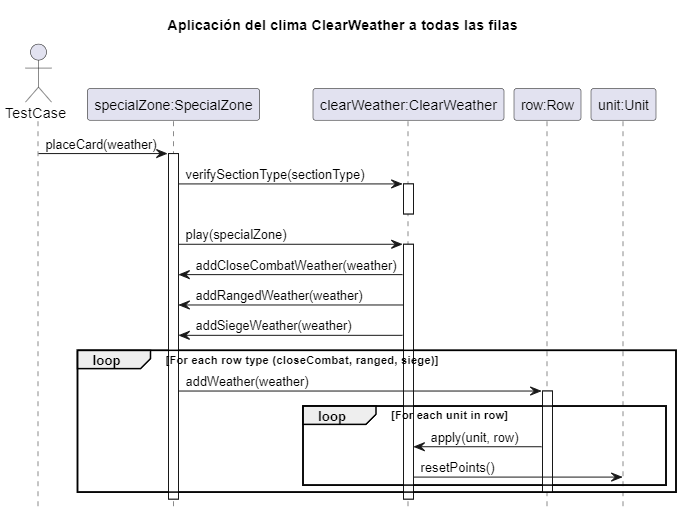
Before: diagrams/sequences/AplicarClearWeather.png, a diagram exported from PlantUML (Yonhir/algo3_proyecto_base_tp2). Its source is kept beside it as diagrams/sequences/AplicarClearWeather.plantuml.
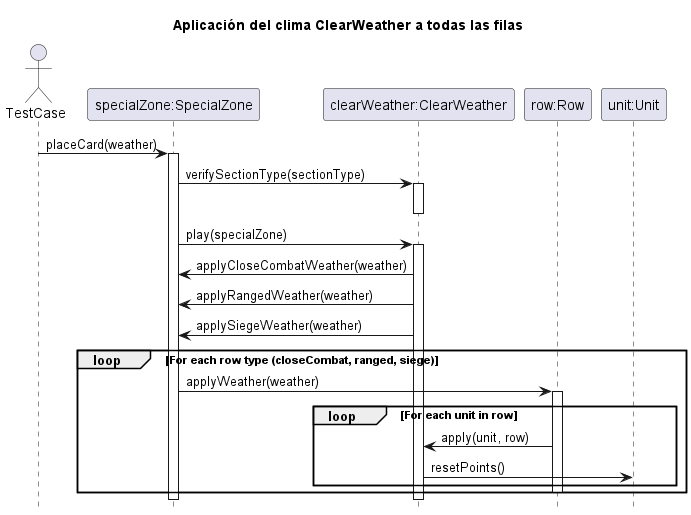
After the change.

What changed in the source:
```diff
@@ -17,11 +17,11 @@
         deactivate weather
     specialZone -> weather: play(specialZone)
         activate weather
-        weather -> specialZone: addCloseCombatWeather(weather)
-        weather -> specialZone: addRangedWeather(weather)
-        weather -> specialZone: addSiegeWeather(weather)
+        weather -> specialZone: applyCloseCombatWeather(weather)
+        weather -> specialZone: applyRangedWeather(weather)
+        weather -> specialZone: applySiegeWeather(weather)
         loop For each row type (closeCombat, ranged, siege)
-            specialZone -> row: addWeather(weather)
+            specialZone -> row: applyWeather(weather)
                 activate row
                 loop For each unit in row
                     row -> weather: apply(unit, row)
```
